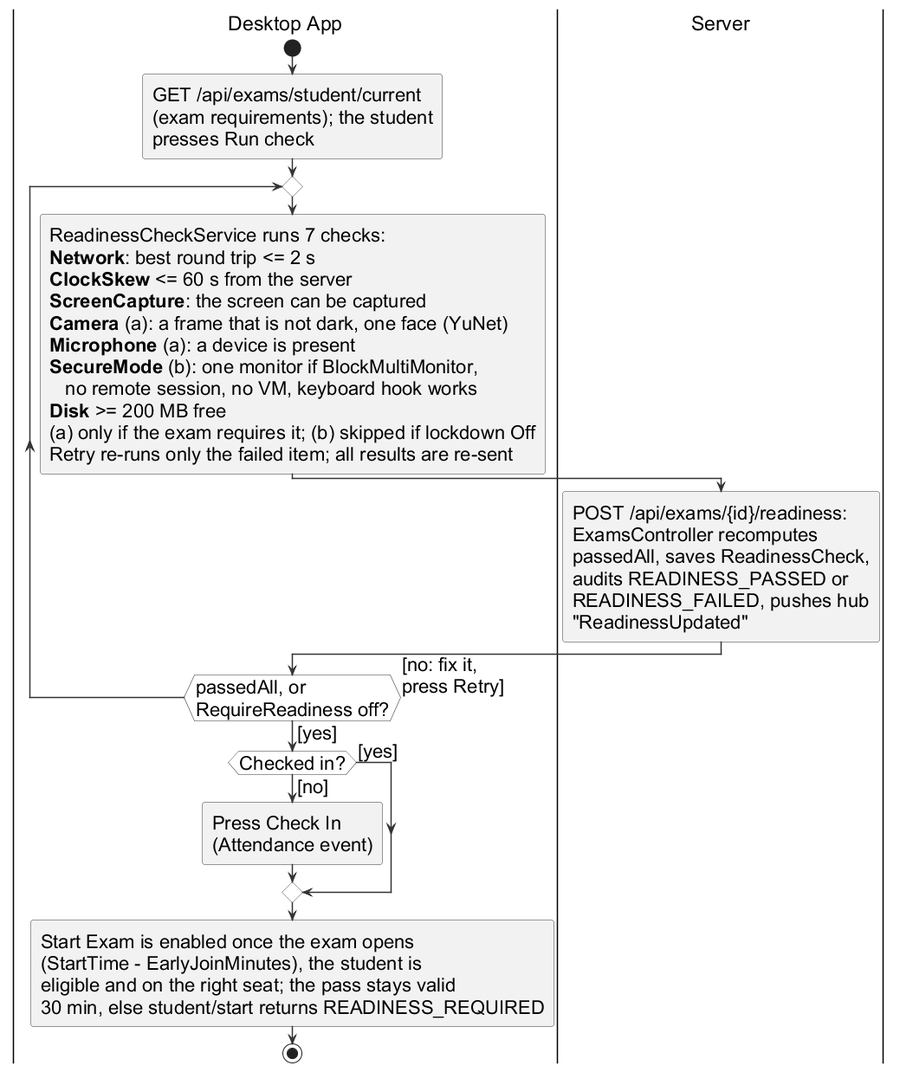
Earlier version of the PlantUML export important docs/fyp_doc_3chatp/Figures/activity_diagnostics.png (Haiderali27-hub/AI-Lab-Monitoring-). Its source is kept beside it as important docs/fyp_doc_3chatp/Figures/src/activity_diagnostics.puml.
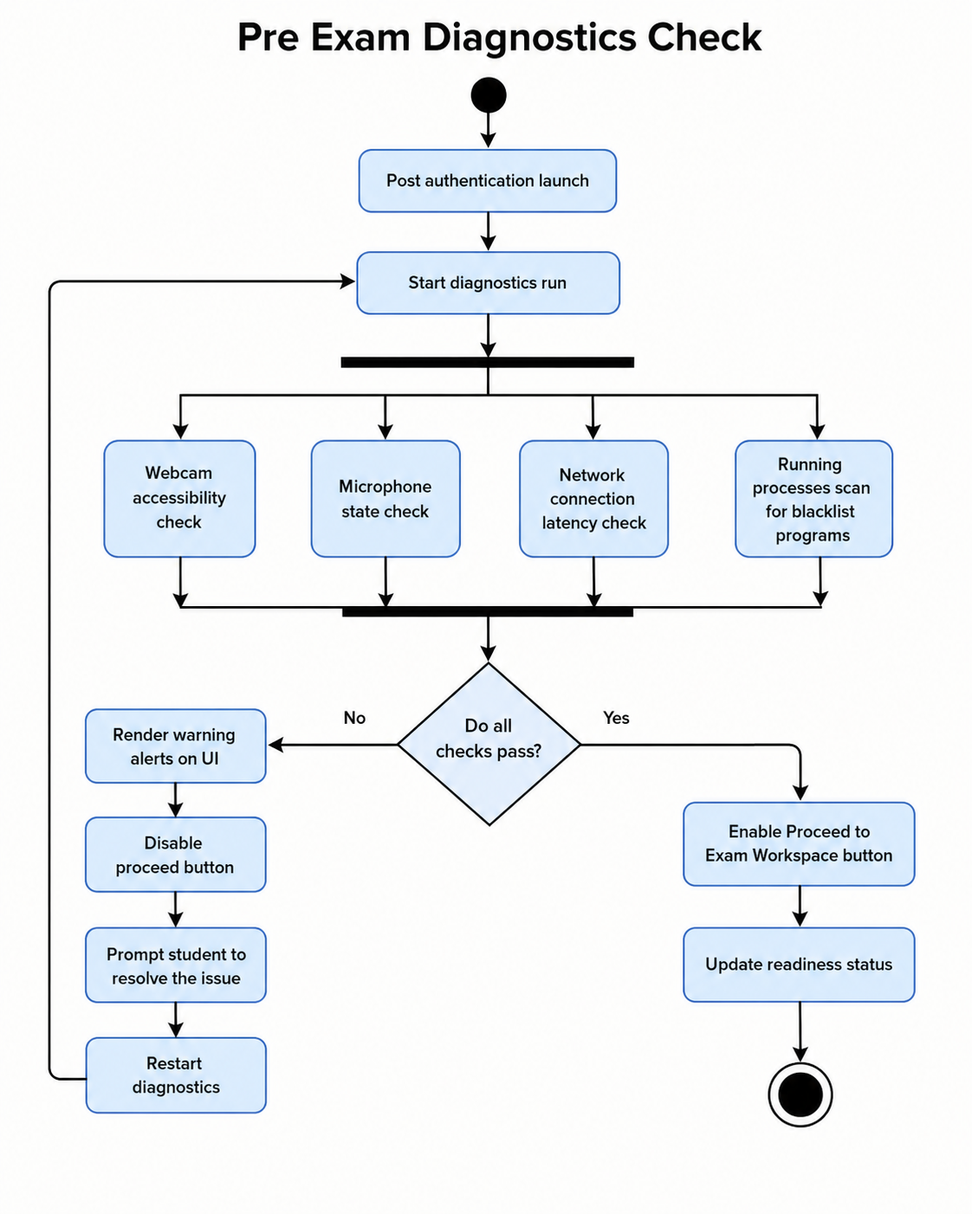
After the change.

Change to the diagram source:
```diff
@@ -8,42 +8,30 @@
 skinparam swimlane {
   TitleFontSize 23
 }
-skinparam defaultTextAlignment left
 
 |Desktop App|
 start
-:GET /api/exams/student/current
-(exam requirements); the student
-presses Run check;
+:Load exam rules,
+press Run check;
 repeat
-  :ReadinessCheckService runs 7 checks:
-  <b>Network</b>: best round trip <= 2 s
-  <b>ClockSkew</b> <= 60 s from the server
-  <b>ScreenCapture</b>: the screen can be captured
-  <b>Camera</b> (a): a frame that is not dark, one face (YuNet)
-  <b>Microphone</b> (a): a device is present
-  <b>SecureMode</b> (b): one monitor if BlockMultiMonitor,
-     no remote session, no VM, keyboard hook works
-  <b>Disk</b> >= 200 MB free
-  (a) only if the exam requires it; (b) skipped if lockdown Off
-  Retry re-runs only the failed item; all results are re-sent;
+  :Run 7 checks: network,
+  clock, screen capture,
+  camera*, microphone*,
+  secure mode, disk
+  (* only if required);
   |Server|
-  :POST /api/exams/{id}/readiness:
-  ExamsController recomputes
-  passedAll, saves ReadinessCheck,
-  audits READINESS_PASSED or
-  READINESS_FAILED, pushes hub
-  "ReadinessUpdated";
+  :Recompute the result,
+  save and audit it,
+  update live monitor;
   |Desktop App|
-repeat while (passedAll, or\nRequireReadiness off?) is ([no: fix it,\npress Retry]) not ([yes])
+repeat while (Passed, or\nnot required?) is ([no: fix,\nRetry]) not ([yes])
 if (Checked in?) then ([no])
-  :Press Check In
-  (Attendance event);
+  :Press
+  Check In;
 else ([yes])
 endif
-:Start Exam is enabled once the exam opens
-(StartTime - EarlyJoinMinutes), the student is
-eligible and on the right seat; the pass stays valid
-30 min, else student/start returns READINESS_REQUIRED;
+:Start enabled when the
+exam opens (pass valid
+for 30 min);
 stop
 @enduml
```
